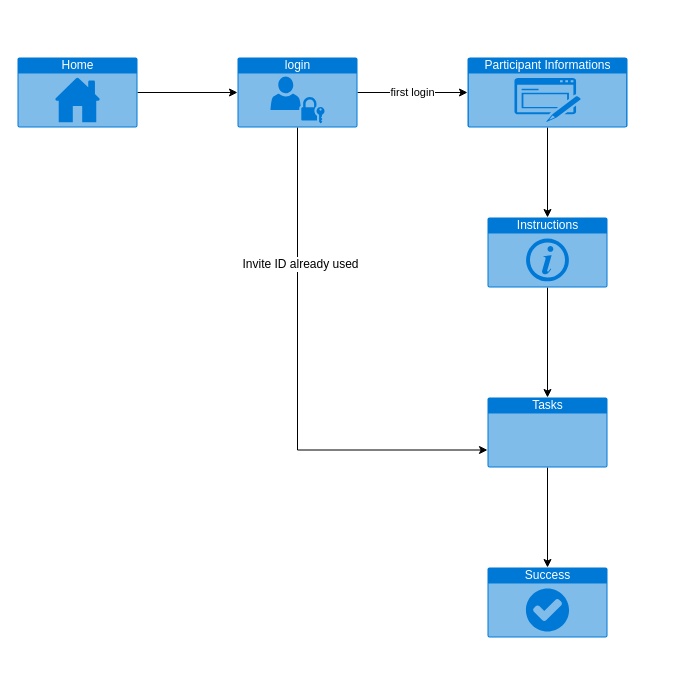
This is docs/masterQuest/sitemap.drawio from christianorossini/masterProject, a draw.io file, before an edit. Source tidied: cells renumbered, new cells numbered last; positions are measured from the earlier drawing's top-left corner, leaving out a move shared by most shapes. Both pictures are drawn from the tidied source at 100%, with x=0, y=0 at pixel (17, 57).
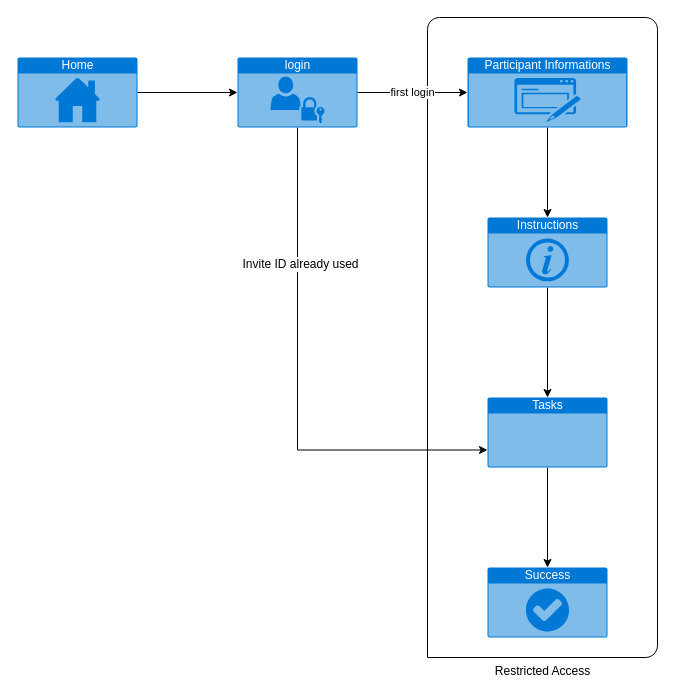
After the change.

Commit message (it also covers changes not shown here):
alteração dos modelos de desing do masterQuest

Change to the diagram source:
```diff
@@
 <mxGraphModel>
   <root>
     <mxCell id="0" />
     <mxCell id="1" parent="0" />
+    <mxCell id="15" value="Restricted Access" style="verticalLabelPosition=bottom;verticalAlign=top;html=1;shape=mxgraph.basic.three_corner_round_rect;dx=6;" parent="1" vertex="1">
+      <mxGeometry x="410" y="-40" width="230" height="640" as="geometry" />
+    </mxCell>
     <mxCell id="2" style="edgeStyle=orthogonalEdgeStyle;rounded=0;jettySize=auto;html=1;" parent="1" edge="1" source="3" target="14">
       <mxGeometry relative="1" as="geometry" />
     </mxCell>
     <mxCell id="3" value="Tasks" style="html=1;strokeColor=none;fillColor=#0079D6;labelPosition=center;verticalLabelPosition=middle;verticalAlign=top;align=center;fontSize=12;outlineConnect=0;spacingTop=-6;fontColor=#FFFFFF;shape=mxgraph.sitemap.page;" parent="1" vertex="1">
       <mxGeometry x="470" y="340" width="120" height="70" as="geometry" />
     </mxCell>
     <mxCell id="4" style="edgeStyle=orthogonalEdgeStyle;rounded=0;jettySize=auto;html=1;" parent="1" edge="1" source="5" target="13">
       <mxGeometry relative="1" as="geometry" />
     </mxCell>
     <mxCell id="5" value="Participant Informations" style="html=1;strokeColor=none;fillColor=#0079D6;labelPosition=center;verticalLabelPosition=middle;verticalAlign=top;align=center;fontSize=12;outlineConnect=0;spacingTop=-6;fontColor=#FFFFFF;shape=mxgraph.sitemap.form;" parent="1" vertex="1">
       <mxGeometry x="450" width="160" height="70" as="geometry" />
     </mxCell>
     <mxCell id="6" value="first login" style="edgeStyle=orthogonalEdgeStyle;rounded=0;jettySize=auto;html=1;" parent="1" edge="1" source="9" target="5">
       <mxGeometry relative="1" as="geometry" />
     </mxCell>
     <mxCell id="7" style="edgeStyle=orthogonalEdgeStyle;rounded=0;jettySize=auto;html=1;entryX=0;entryY=0.75;entryDx=0;entryDy=0;entryPerimeter=0;" parent="1" edge="1" source="9" target="3">
       <mxGeometry relative="1" as="geometry">
         <Array as="points">
           <mxPoint x="280" y="393" />
         </Array>
       </mxGeometry>
     </mxCell>
     <mxCell id="8" value="Invite ID already used" style="text;html=1;align=center;verticalAlign=middle;labelBackgroundColor=#ffffff;" parent="7" vertex="1">
       <mxGeometry x="-0.47" y="2" relative="1" as="geometry" />
     </mxCell>
     <mxCell id="9" value="login" style="html=1;strokeColor=none;fillColor=#0079D6;labelPosition=center;verticalLabelPosition=middle;verticalAlign=top;align=center;fontSize=12;outlineConnect=0;spacingTop=-6;fontColor=#FFFFFF;shape=mxgraph.sitemap.login;" parent="1" vertex="1">
       <mxGeometry x="220" width="120" height="70" as="geometry" />
     </mxCell>
     <mxCell id="10" style="edgeStyle=orthogonalEdgeStyle;rounded=0;jettySize=auto;html=1;" parent="1" edge="1" source="11" target="9">
       <mxGeometry relative="1" as="geometry" />
     </mxCell>
     <mxCell id="11" value="Home" style="html=1;strokeColor=none;fillColor=#0079D6;labelPosition=center;verticalLabelPosition=middle;verticalAlign=top;align=center;fontSize=12;outlineConnect=0;spacingTop=-6;fontColor=#FFFFFF;shape=mxgraph.sitemap.home;" parent="1" vertex="1">
       <mxGeometry width="120" height="70" as="geometry" />
     </mxCell>
     <mxCell id="12" style="edgeStyle=orthogonalEdgeStyle;rounded=0;jettySize=auto;html=1;" parent="1" edge="1" source="13" target="3">
       <mxGeometry relative="1" as="geometry" />
     </mxCell>
     <mxCell id="13" value="Instructions" style="html=1;strokeColor=none;fillColor=#0079D6;labelPosition=center;verticalLabelPosition=middle;verticalAlign=top;align=center;fontSize=12;outlineConnect=0;spacingTop=-6;fontColor=#FFFFFF;shape=mxgraph.sitemap.info;" parent="1" vertex="1">
       <mxGeometry x="470" y="160" width="120" height="70" as="geometry" />
     </mxCell>
     <mxCell id="14" value="Success" style="html=1;strokeColor=none;fillColor=#0079D6;labelPosition=center;verticalLabelPosition=middle;verticalAlign=top;align=center;fontSize=12;outlineConnect=0;spacingTop=-6;fontColor=#FFFFFF;shape=mxgraph.sitemap.success;" parent="1" vertex="1">
       <mxGeometry x="470" y="510" width="120" height="70" as="geometry" />
     </mxCell>
   </root>
 </mxGraphModel>
```
